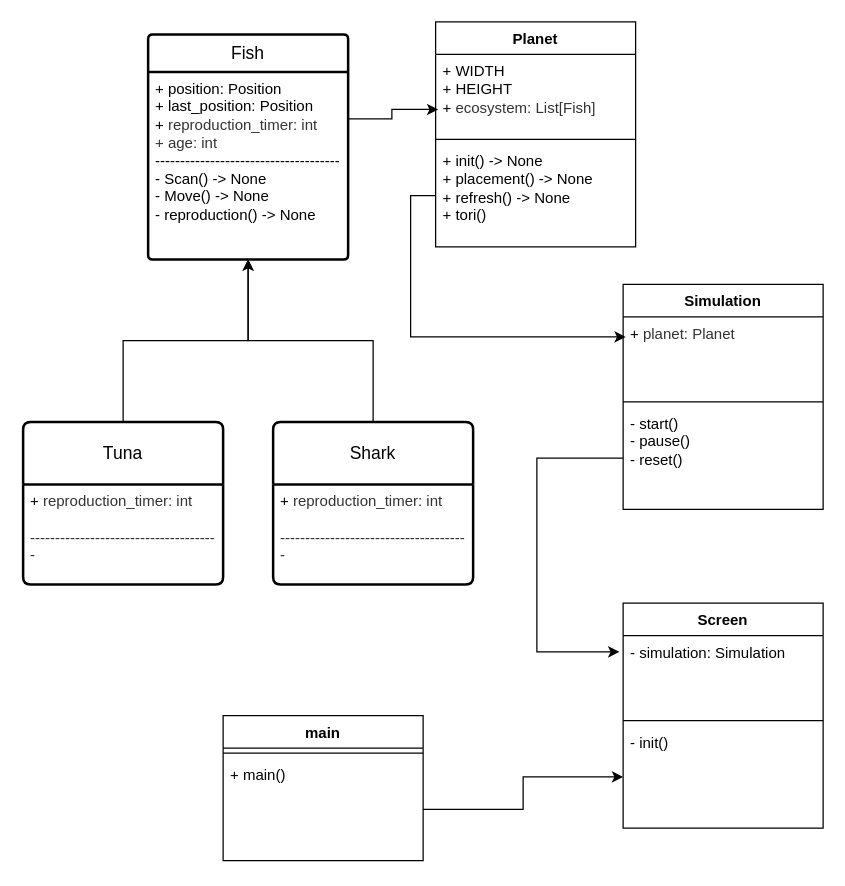
The draw.io diagram datas/Diagramme sans nom.drawio in shini559/Wa-Tor, before the edit. Source tidied: cells renumbered, new cells numbered last; positions are measured from the earlier drawing's top-left corner, leaving out a move shared by most shapes. Both pictures are drawn from the tidied source at 125%, with x=0, y=0 at pixel (22, 21).
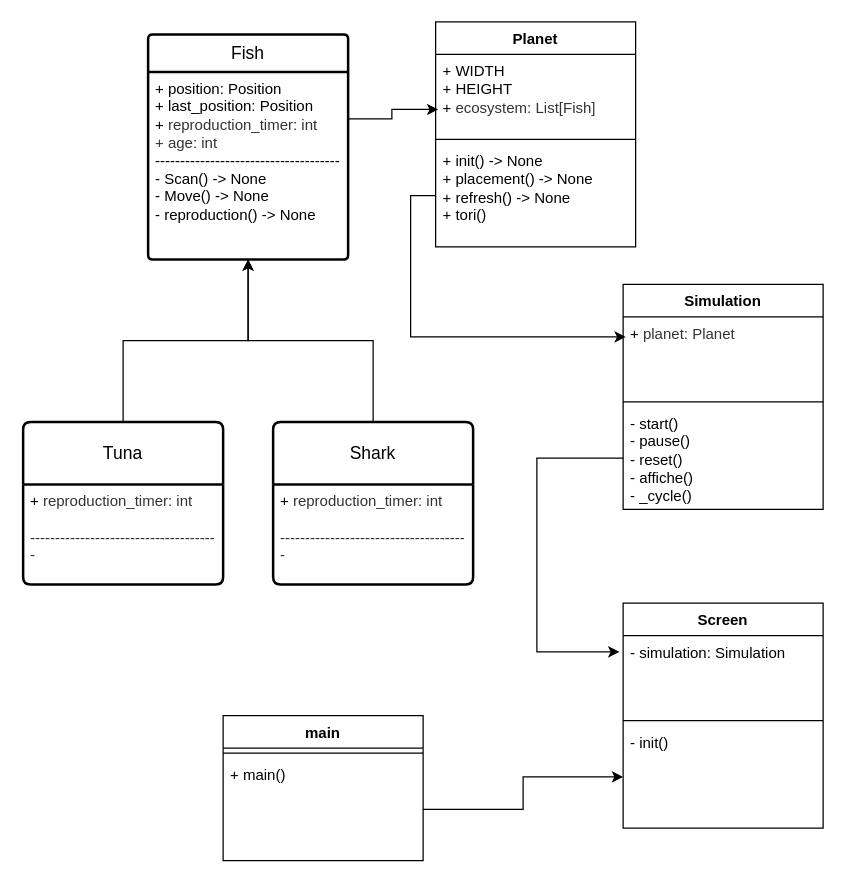
The same page after the edit.

The change refers to these unchanged cells:
```xml
<mxCell id="10" value="Simulation" style="swimlane;fontStyle=1;align=center;verticalAlign=top;horizontal=1;startSize=26;whiteSpace=wrap;html=1;" parent="1" vertex="1">
  <mxGeometry x="480" y="210" width="160" height="180" as="geometry" />
</mxCell>
```

The edit, as a diff of the source:
```diff
@@
-    <mxCell id="13" value="- start()&lt;div&gt;- pause()&lt;/div&gt;&lt;div&gt;- reset()&lt;/div&gt;" style="text;strokeColor=none;fillColor=none;align=left;verticalAlign=top;spacingLeft=4;spacingRight=4;overflow=hidden;points=[[0,0.5],[1,0.5]];portConstraint=eastwest;whiteSpace=wrap;html=1;" parent="10" vertex="1">
+    <mxCell id="13" value="- start()&lt;div&gt;- pause()&lt;/div&gt;&lt;div&gt;- reset()&lt;/div&gt;&lt;div&gt;- affiche()&lt;/div&gt;&lt;div&gt;- _cycle()&lt;/div&gt;" style="text;strokeColor=none;fillColor=none;align=left;verticalAlign=top;spacingLeft=4;spacingRight=4;overflow=hidden;points=[[0,0.5],[1,0.5]];portConstraint=eastwest;whiteSpace=wrap;html=1;" parent="10" vertex="1">
       <mxGeometry y="98" width="160" height="82" as="geometry" />
     </mxCell>
```
